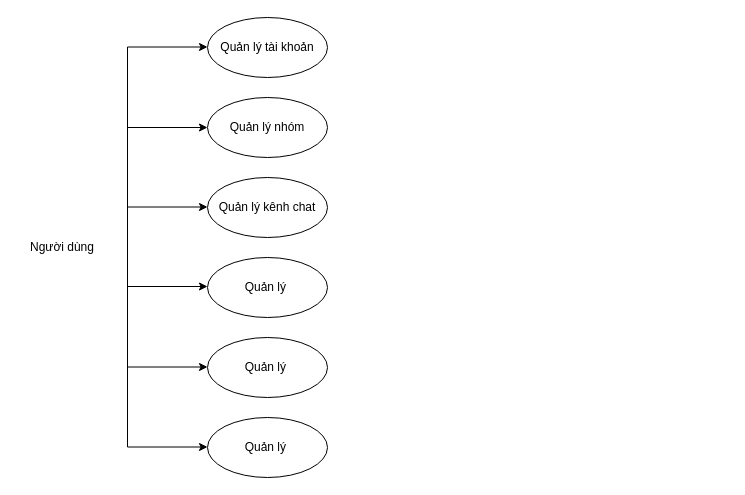
Above: phac thao do an cuoi cung/usecase tong quat.drawio in frozenproof/dactaphanmem (draw.io), before the change. Source tidied: cells renumbered, new cells numbered last; positions are measured from the earlier drawing's top-left corner, leaving out a move shared by most shapes. Both pictures are drawn from the tidied source at 100%, with x=0, y=0 at pixel (27, 17). Pictures stored in the file or linked from it are replaced by grey dashed boxes.
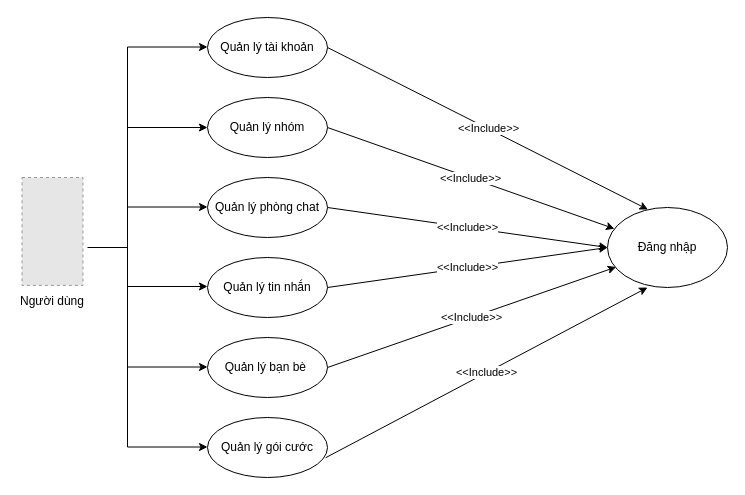
After the change.

The change refers to these unchanged cells:
```xml
<mxCell id="10" value="Quản lý tài khoản" style="ellipse;whiteSpace=wrap;html=1;" parent="1" vertex="1">
  <mxGeometry x="180" width="120" height="60" as="geometry" />
</mxCell>
<mxCell id="11" value="Quản lý nhóm" style="ellipse;whiteSpace=wrap;html=1;" parent="1" vertex="1">
  <mxGeometry x="180" y="80" width="120" height="60" as="geometry" />
</mxCell>
```

Diff of the diagram source:
```diff
@@
     <mxCell id="2" value="Người dùng" style="text;html=1;align=center;verticalAlign=middle;whiteSpace=wrap;rounded=0;" parent="1" vertex="1">
-      <mxGeometry y="220" width="70" height="20" as="geometry" />
+      <mxGeometry x="-10" y="273.9" width="70" height="20" as="geometry" />
     </mxCell>
@@
-    <mxCell id="12" value="Quản lý kênh chat" style="ellipse;whiteSpace=wrap;html=1;" parent="1" vertex="1">
+    <mxCell id="12" value="Quản lý phòng chat" style="ellipse;whiteSpace=wrap;html=1;" parent="1" vertex="1">
       <mxGeometry x="180" y="160" width="120" height="60" as="geometry" />
     </mxCell>
-    <mxCell id="13" value="Quản lý&amp;nbsp;" style="ellipse;whiteSpace=wrap;html=1;" parent="1" vertex="1">
+    <mxCell id="13" value="Quản lý tin nhắn" style="ellipse;whiteSpace=wrap;html=1;" parent="1" vertex="1">
       <mxGeometry x="180" y="240" width="120" height="60" as="geometry" />
     </mxCell>
-    <mxCell id="14" value="Quản lý&amp;nbsp;" style="ellipse;whiteSpace=wrap;html=1;" parent="1" vertex="1">
+    <mxCell id="14" value="Quản lý bạn bè&amp;nbsp;" style="ellipse;whiteSpace=wrap;html=1;" parent="1" vertex="1">
       <mxGeometry x="180" y="320" width="120" height="60" as="geometry" />
     </mxCell>
-    <mxCell id="15" value="Quản lý&amp;nbsp;" style="ellipse;whiteSpace=wrap;html=1;" parent="1" vertex="1">
+    <mxCell id="15" value="Quản lý gói cước" style="ellipse;whiteSpace=wrap;html=1;" parent="1" vertex="1">
       <mxGeometry x="180" y="400" width="120" height="60" as="geometry" />
     </mxCell>
+    <mxCell id="16" value="Đăng nhập" style="ellipse;whiteSpace=wrap;html=1;" parent="1" vertex="1">
+      <mxGeometry x="580" y="190" width="120" height="80" as="geometry" />
+    </mxCell>
+    <mxCell id="17" value="&amp;lt;&amp;lt;Include&amp;gt;&amp;gt;" style="endArrow=classic;html=1;rounded=0;exitX=1;exitY=0.5;exitDx=0;exitDy=0;entryX=0.337;entryY=0.025;entryDx=0;entryDy=0;entryPerimeter=0;" parent="1" edge="1" source="10" target="16">
+      <mxGeometry relative="1" as="geometry" />
+    </mxCell>
+    <mxCell id="18" value="&amp;lt;&amp;lt;Include&amp;gt;&amp;gt;" style="endArrow=classic;html=1;rounded=0;exitX=1;exitY=0.5;exitDx=0;exitDy=0;" parent="1" edge="1" source="11" target="16">
+      <mxGeometry relative="1" as="geometry" />
+    </mxCell>
+    <mxCell id="19" value="&amp;lt;&amp;lt;Include&amp;gt;&amp;gt;" style="endArrow=classic;html=1;rounded=0;exitX=1;exitY=0.5;exitDx=0;exitDy=0;entryX=0;entryY=0.5;entryDx=0;entryDy=0;" parent="1" edge="1" source="12" target="16">
+      <mxGeometry relative="1" as="geometry" />
+    </mxCell>
+    <mxCell id="20" value="&amp;lt;&amp;lt;Include&amp;gt;&amp;gt;" style="endArrow=classic;html=1;rounded=0;exitX=1;exitY=0.5;exitDx=0;exitDy=0;entryX=0;entryY=0.5;entryDx=0;entryDy=0;" parent="1" edge="1" source="13" target="16">
+      <mxGeometry relative="1" as="geometry" />
+    </mxCell>
+    <mxCell id="21" value="&amp;lt;&amp;lt;Include&amp;gt;&amp;gt;" style="endArrow=classic;html=1;rounded=0;exitX=1;exitY=0.5;exitDx=0;exitDy=0;entryX=0.072;entryY=0.744;entryDx=0;entryDy=0;entryPerimeter=0;" parent="1" edge="1" source="14" target="16">
+      <mxGeometry relative="1" as="geometry" />
+    </mxCell>
+    <mxCell id="22" value="&amp;lt;&amp;lt;Include&amp;gt;&amp;gt;" style="endArrow=classic;html=1;rounded=0;exitX=0.984;exitY=0.671;exitDx=0;exitDy=0;exitPerimeter=0;" parent="1" edge="1" source="15">
+      <mxGeometry relative="1" as="geometry">
+        <mxPoint x="620" y="270" as="targetPoint" />
+      </mxGeometry>
+    </mxCell>
+    <mxCell id="23" style="fillColor=#E6E6E6;strokeColor=#999999;dashed=1;verticalLabelPosition=bottom;labelBackgroundColor=default;verticalAlign=top;" parent="1" vertex="1">
+      <mxGeometry x="-5.5" y="160" width="61" height="107.9" as="geometry" />
+    </mxCell>
+    <mxCell id="24" style="endArrow=none;html=1;rounded=0;" parent="1" edge="1">
+      <mxGeometry relative="1" as="geometry">
+        <mxPoint x="60" y="230" as="sourcePoint" />
+        <mxPoint x="100" y="230" as="targetPoint" />
+      </mxGeometry>
+    </mxCell>
```
